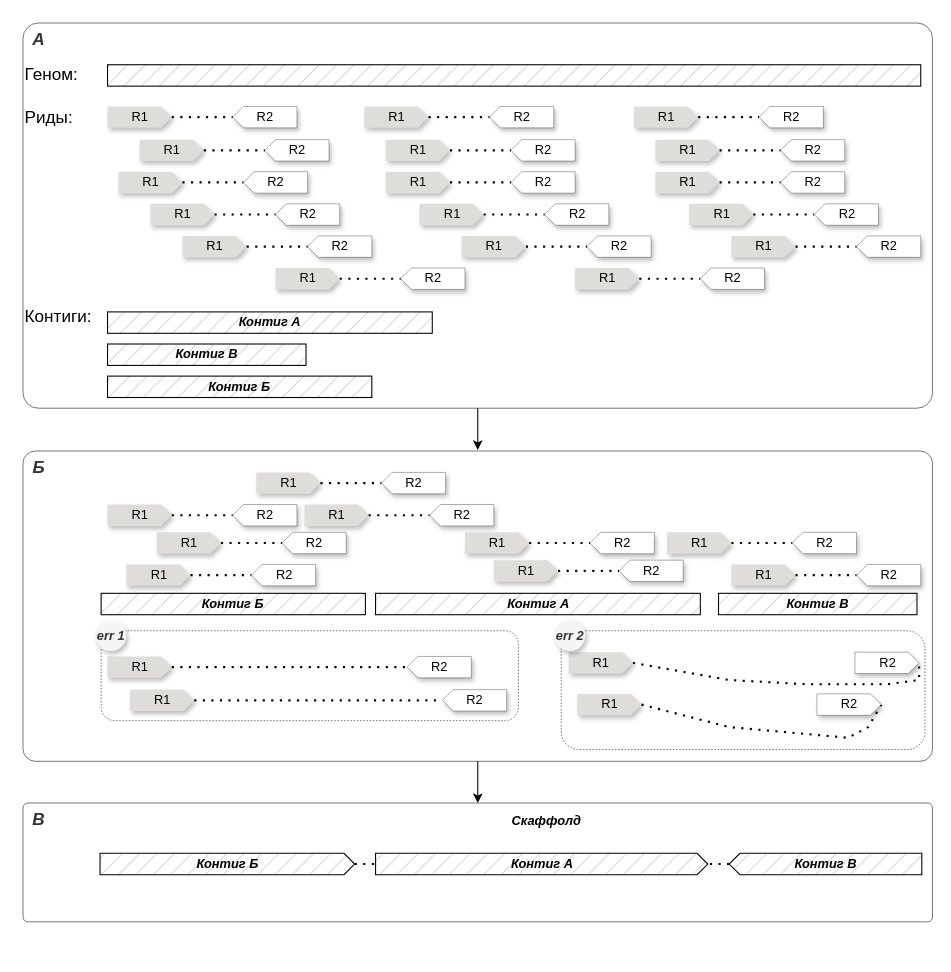
This is scaffolding.drawio from NikolaiL-dev/pictures.drawio, a draw.io file, before an edit. Source tidied: cells renumbered, new cells numbered last; positions are measured from the earlier drawing's top-left corner, leaving out a move shared by most shapes. Both pictures are drawn from the tidied source at 107%, with x=0, y=0 at pixel (22, 22).
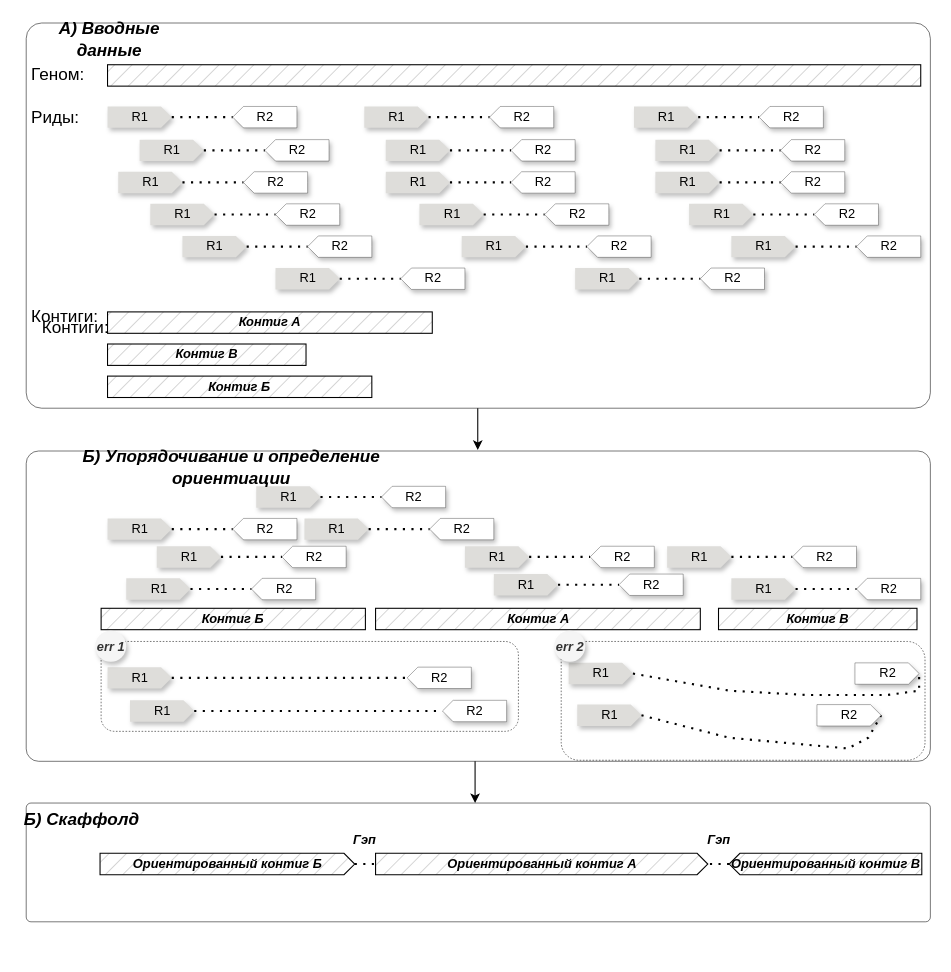
The same page after the edit.

Diff of the diagram source:
```diff
@@
+    <mxCell id="114" style="rounded=1;whiteSpace=wrap;html=1;fillColor=none;strokeWidth=0.5;arcSize=4;" parent="1" vertex="1">
+      <mxGeometry x="3" y="729" width="845" height="111" as="geometry" />
+    </mxCell>
+    <mxCell id="113" style="rounded=1;whiteSpace=wrap;html=1;fillColor=none;strokeWidth=0.5;arcSize=4;" parent="1" vertex="1">
+      <mxGeometry x="3" width="845" height="360" as="geometry" />
+    </mxCell>
     <mxCell id="2" style="rounded=1;whiteSpace=wrap;html=1;fillColor=none;strokeWidth=0.5;arcSize=4;" parent="1" vertex="1">
-      <mxGeometry y="400" width="850" height="290" as="geometry" />
+      <mxGeometry x="3" y="400" width="845" height="290" as="geometry" />
     </mxCell>
     <mxCell id="3" style="rounded=1;whiteSpace=wrap;html=1;fillColor=none;strokeWidth=0.5;dashed=1;" parent="1" vertex="1">
-      <mxGeometry x="503" y="568" width="340" height="111" as="geometry" />
+      <mxGeometry x="503" y="578" width="340" height="111" as="geometry" />
     </mxCell>
@@
     <mxCell id="56" value="&lt;font style=&quot;font-size: 16px;&quot;&gt;Геном:&lt;/font&gt;" style="text;html=1;align=left;verticalAlign=middle;whiteSpace=wrap;rounded=0;" parent="1" vertex="1">
-      <mxGeometry y="33" width="60" height="30" as="geometry" />
+      <mxGeometry x="6" y="33" width="60" height="30" as="geometry" />
     </mxCell>
     <mxCell id="57" value="&lt;font style=&quot;font-size: 16px;&quot;&gt;Риды:&lt;/font&gt;" style="text;html=1;align=left;verticalAlign=middle;whiteSpace=wrap;rounded=0;" parent="1" vertex="1">
-      <mxGeometry y="73" width="60" height="30" as="geometry" />
+      <mxGeometry x="6" y="73" width="60" height="30" as="geometry" />
     </mxCell>
     <mxCell id="58" value="&lt;i&gt;&lt;b&gt;Контиг &lt;/b&gt;&lt;/i&gt;&lt;i&gt;&lt;b&gt;Б&lt;/b&gt;&lt;/i&gt;" style="rounded=0;whiteSpace=wrap;html=1;strokeColor=default;gradientColor=none;gradientDirection=north;fillStyle=hatch;fillColor=#CCCCCC;" parent="1" vertex="1">
-      <mxGeometry x="73" y="533" width="247" height="20" as="geometry" />
+      <mxGeometry x="73" y="547" width="247" height="20" as="geometry" />
     </mxCell>
     <mxCell id="59" value="&lt;i&gt;&lt;b&gt;Контиг&amp;nbsp;В&lt;/b&gt;&lt;/i&gt;" style="rounded=0;whiteSpace=wrap;html=1;strokeColor=default;gradientColor=none;gradientDirection=north;fillStyle=hatch;fillColor=#CCCCCC;" parent="1" vertex="1">
-      <mxGeometry x="650" y="533" width="185.5" height="20" as="geometry" />
+      <mxGeometry x="650" y="547" width="185.5" height="20" as="geometry" />
     </mxCell>
     <mxCell id="60" value="&lt;i&gt;&lt;b&gt;Контиг A&lt;/b&gt;&lt;/i&gt;" style="rounded=0;whiteSpace=wrap;html=1;strokeColor=default;gradientColor=none;gradientDirection=north;fillStyle=hatch;fillColor=#CCCCCC;" parent="1" vertex="1">
-      <mxGeometry x="329.5" y="533" width="303.5" height="20" as="geometry" />
+      <mxGeometry x="329.5" y="547" width="303.5" height="20" as="geometry" />
     </mxCell>
     <mxCell id="61" value="R1" style="html=1;shadow=1;dashed=0;align=center;verticalAlign=middle;shape=mxgraph.arrows2.arrow;dy=0;dx=10;notch=0;fillColor=#deddda;strokeColor=none;" parent="1" vertex="1">
-      <mxGeometry x="263" y="450" width="60" height="20" as="geometry" />
+      <mxGeometry x="263" y="463" width="60" height="20" as="geometry" />
     </mxCell>
@@
     <mxCell id="63" value="R2" style="html=1;shadow=1;dashed=0;align=center;verticalAlign=middle;shape=mxgraph.arrows2.arrow;dy=0;dx=10;notch=0;rotation=0;direction=west;strokeColor=default;strokeWidth=0.3;" parent="1" vertex="1">
-      <mxGeometry x="380" y="450" width="60" height="20" as="geometry" />
+      <mxGeometry x="380" y="463" width="60" height="20" as="geometry" />
     </mxCell>
     <mxCell id="64" value="R1" style="html=1;shadow=1;dashed=0;align=center;verticalAlign=middle;shape=mxgraph.arrows2.arrow;dy=0;dx=10;notch=0;fillColor=#deddda;strokeColor=none;" parent="1" vertex="1">
-      <mxGeometry x="79" y="450" width="60" height="20" as="geometry" />
+      <mxGeometry x="79" y="463" width="60" height="20" as="geometry" />
     </mxCell>
@@
     <mxCell id="66" value="R2" style="html=1;shadow=1;dashed=0;align=center;verticalAlign=middle;shape=mxgraph.arrows2.arrow;dy=0;dx=10;notch=0;rotation=0;direction=west;strokeColor=default;strokeWidth=0.3;" parent="1" vertex="1">
-      <mxGeometry x="196" y="450" width="60" height="20" as="geometry" />
+      <mxGeometry x="196" y="463" width="60" height="20" as="geometry" />
     </mxCell>
     <mxCell id="67" value="R1" style="html=1;shadow=1;dashed=0;align=center;verticalAlign=middle;shape=mxgraph.arrows2.arrow;dy=0;dx=10;notch=0;fillColor=#deddda;strokeColor=none;" parent="1" vertex="1">
-      <mxGeometry x="125" y="476" width="60" height="20" as="geometry" />
+      <mxGeometry x="125" y="489" width="60" height="20" as="geometry" />
     </mxCell>
@@
     <mxCell id="69" value="R2" style="html=1;shadow=1;dashed=0;align=center;verticalAlign=middle;shape=mxgraph.arrows2.arrow;dy=0;dx=10;notch=0;rotation=0;direction=west;strokeColor=default;strokeWidth=0.3;" parent="1" vertex="1">
-      <mxGeometry x="242" y="476" width="60" height="20" as="geometry" />
+      <mxGeometry x="242" y="489" width="60" height="20" as="geometry" />
     </mxCell>
     <mxCell id="70" value="R1" style="html=1;shadow=1;dashed=0;align=center;verticalAlign=middle;shape=mxgraph.arrows2.arrow;dy=0;dx=10;notch=0;fillColor=#deddda;strokeColor=none;" parent="1" vertex="1">
-      <mxGeometry x="96.5" y="506" width="60" height="20" as="geometry" />
+      <mxGeometry x="96.5" y="519" width="60" height="20" as="geometry" />
     </mxCell>
@@
     <mxCell id="72" value="R2" style="html=1;shadow=1;dashed=0;align=center;verticalAlign=middle;shape=mxgraph.arrows2.arrow;dy=0;dx=10;notch=0;rotation=0;direction=west;strokeColor=default;strokeWidth=0.3;" parent="1" vertex="1">
-      <mxGeometry x="213.5" y="506" width="60" height="20" as="geometry" />
+      <mxGeometry x="213.5" y="519" width="60" height="20" as="geometry" />
     </mxCell>
     <mxCell id="73" value="R1" style="html=1;shadow=1;dashed=0;align=center;verticalAlign=middle;shape=mxgraph.arrows2.arrow;dy=0;dx=10;notch=0;fillColor=#deddda;strokeColor=none;" parent="1" vertex="1">
-      <mxGeometry x="79" y="592" width="60" height="20" as="geometry" />
+      <mxGeometry x="79" y="602" width="60" height="20" as="geometry" />
     </mxCell>
@@
     <mxCell id="75" value="R2" style="html=1;shadow=1;dashed=0;align=center;verticalAlign=middle;shape=mxgraph.arrows2.arrow;dy=0;dx=10;notch=0;rotation=0;direction=west;strokeColor=default;strokeWidth=0.3;" parent="1" vertex="1">
-      <mxGeometry x="359" y="592" width="60" height="20" as="geometry" />
+      <mxGeometry x="359" y="602" width="60" height="20" as="geometry" />
     </mxCell>
     <mxCell id="76" value="R1" style="html=1;shadow=1;dashed=0;align=center;verticalAlign=middle;shape=mxgraph.arrows2.arrow;dy=0;dx=10;notch=0;fillColor=#deddda;strokeColor=none;" parent="1" vertex="1">
-      <mxGeometry x="510" y="588" width="60" height="20" as="geometry" />
+      <mxGeometry x="510" y="598" width="60" height="20" as="geometry" />
     </mxCell>
     <mxCell id="77" style="endArrow=none;dashed=1;html=1;dashPattern=1 3;strokeWidth=2;rounded=0;exitX=1;exitY=0.5;exitDx=0;exitDy=0;exitPerimeter=0;entryX=1;entryY=0.5;entryDx=0;entryDy=0;entryPerimeter=0;" parent="1" edge="1" source="76" target="78">
       <mxGeometry relative="1" as="geometry">
         <Array as="points">
-          <mxPoint x="660" y="614" />
-          <mxPoint x="732" y="618" />
-          <mxPoint x="808" y="618" />
-          <mxPoint x="837.5" y="614" />
+          <mxPoint x="660" y="624" />
+          <mxPoint x="732" y="628" />
+          <mxPoint x="808" y="628" />
+          <mxPoint x="837.5" y="624" />
         </Array>
       </mxGeometry>
     </mxCell>
     <mxCell id="78" value="R2" style="html=1;shadow=1;dashed=0;align=center;verticalAlign=middle;shape=mxgraph.arrows2.arrow;dy=0;dx=10;notch=0;rotation=0;direction=east;strokeColor=default;strokeWidth=0.3;" parent="1" vertex="1">
-      <mxGeometry x="777.5" y="588" width="60" height="20" as="geometry" />
+      <mxGeometry x="777.5" y="598" width="60" height="20" as="geometry" />
     </mxCell>
     <mxCell id="79" value="R1" style="html=1;shadow=1;dashed=0;align=center;verticalAlign=middle;shape=mxgraph.arrows2.arrow;dy=0;dx=10;notch=0;fillColor=#deddda;strokeColor=none;" parent="1" vertex="1">
-      <mxGeometry x="218" y="420" width="60" height="20" as="geometry" />
+      <mxGeometry x="218" y="433" width="60" height="20" as="geometry" />
     </mxCell>
@@
     <mxCell id="81" value="R2" style="html=1;shadow=1;dashed=0;align=center;verticalAlign=middle;shape=mxgraph.arrows2.arrow;dy=0;dx=10;notch=0;rotation=0;direction=west;strokeColor=default;strokeWidth=0.3;" parent="1" vertex="1">
-      <mxGeometry x="335" y="420" width="60" height="20" as="geometry" />
+      <mxGeometry x="335" y="433" width="60" height="20" as="geometry" />
     </mxCell>
     <mxCell id="82" value="R1" style="html=1;shadow=1;dashed=0;align=center;verticalAlign=middle;shape=mxgraph.arrows2.arrow;dy=0;dx=10;notch=0;fillColor=#deddda;strokeColor=none;" parent="1" vertex="1">
-      <mxGeometry x="518" y="627" width="60" height="20" as="geometry" />
+      <mxGeometry x="518" y="637" width="60" height="20" as="geometry" />
     </mxCell>
     <mxCell id="83" style="endArrow=none;dashed=1;html=1;dashPattern=1 3;strokeWidth=2;rounded=0;exitX=1;exitY=0.5;exitDx=0;exitDy=0;exitPerimeter=0;entryX=1;entryY=0.5;entryDx=0;entryDy=0;entryPerimeter=0;" parent="1" edge="1" source="82" target="84">
       <mxGeometry relative="1" as="geometry">
         <Array as="points">
-          <mxPoint x="660" y="658" />
-          <mxPoint x="771" y="668" />
-          <mxPoint x="790" y="658" />
+          <mxPoint x="660" y="668" />
+          <mxPoint x="771" y="678" />
+          <mxPoint x="790" y="668" />
         </Array>
       </mxGeometry>
     </mxCell>
     <mxCell id="84" value="R2" style="html=1;shadow=1;dashed=0;align=center;verticalAlign=middle;shape=mxgraph.arrows2.arrow;dy=0;dx=10;notch=0;rotation=0;direction=east;strokeColor=default;strokeWidth=0.3;" parent="1" vertex="1">
-      <mxGeometry x="742" y="627" width="60" height="20" as="geometry" />
+      <mxGeometry x="742" y="637" width="60" height="20" as="geometry" />
     </mxCell>
     <mxCell id="85" value="R1" style="html=1;shadow=1;dashed=0;align=center;verticalAlign=middle;shape=mxgraph.arrows2.arrow;dy=0;dx=10;notch=0;fillColor=#deddda;strokeColor=none;" parent="1" vertex="1">
-      <mxGeometry x="413" y="476" width="60" height="20" as="geometry" />
+      <mxGeometry x="413" y="489" width="60" height="20" as="geometry" />
     </mxCell>
@@
     <mxCell id="87" value="R2" style="html=1;shadow=1;dashed=0;align=center;verticalAlign=middle;shape=mxgraph.arrows2.arrow;dy=0;dx=10;notch=0;rotation=0;direction=west;strokeColor=default;strokeWidth=0.3;" parent="1" vertex="1">
-      <mxGeometry x="530" y="476" width="60" height="20" as="geometry" />
+      <mxGeometry x="530" y="489" width="60" height="20" as="geometry" />
     </mxCell>
     <mxCell id="88" value="R1" style="html=1;shadow=1;dashed=0;align=center;verticalAlign=middle;shape=mxgraph.arrows2.arrow;dy=0;dx=10;notch=0;fillColor=#deddda;strokeColor=none;" parent="1" vertex="1">
-      <mxGeometry x="440" y="502" width="60" height="20" as="geometry" />
+      <mxGeometry x="440" y="515" width="60" height="20" as="geometry" />
     </mxCell>
@@
     <mxCell id="90" value="R2" style="html=1;shadow=1;dashed=0;align=center;verticalAlign=middle;shape=mxgraph.arrows2.arrow;dy=0;dx=10;notch=0;rotation=0;direction=west;strokeColor=default;strokeWidth=0.3;" parent="1" vertex="1">
-      <mxGeometry x="557" y="502" width="60" height="20" as="geometry" />
+      <mxGeometry x="557" y="515" width="60" height="20" as="geometry" />
     </mxCell>
     <mxCell id="91" value="R1" style="html=1;shadow=1;dashed=0;align=center;verticalAlign=middle;shape=mxgraph.arrows2.arrow;dy=0;dx=10;notch=0;fillColor=#deddda;strokeColor=none;" parent="1" vertex="1">
-      <mxGeometry x="100" y="623" width="60" height="20" as="geometry" />
+      <mxGeometry x="100" y="633" width="60" height="20" as="geometry" />
     </mxCell>
@@
     <mxCell id="93" value="R2" style="html=1;shadow=1;dashed=0;align=center;verticalAlign=middle;shape=mxgraph.arrows2.arrow;dy=0;dx=10;notch=0;rotation=0;direction=west;strokeColor=default;strokeWidth=0.3;" parent="1" vertex="1">
-      <mxGeometry x="392" y="623" width="60" height="20" as="geometry" />
+      <mxGeometry x="392" y="633" width="60" height="20" as="geometry" />
     </mxCell>
     <mxCell id="94" value="R1" style="html=1;shadow=1;dashed=0;align=center;verticalAlign=middle;shape=mxgraph.arrows2.arrow;dy=0;dx=10;notch=0;fillColor=#deddda;strokeColor=none;" parent="1" vertex="1">
-      <mxGeometry x="662" y="506" width="60" height="20" as="geometry" />
+      <mxGeometry x="662" y="519" width="60" height="20" as="geometry" />
     </mxCell>
@@
     <mxCell id="96" value="R2" style="html=1;shadow=1;dashed=0;align=center;verticalAlign=middle;shape=mxgraph.arrows2.arrow;dy=0;dx=10;notch=0;rotation=0;direction=west;strokeColor=default;strokeWidth=0.3;" parent="1" vertex="1">
-      <mxGeometry x="779" y="506" width="60" height="20" as="geometry" />
+      <mxGeometry x="779" y="519" width="60" height="20" as="geometry" />
     </mxCell>
     <mxCell id="97" value="R1" style="html=1;shadow=1;dashed=0;align=center;verticalAlign=middle;shape=mxgraph.arrows2.arrow;dy=0;dx=10;notch=0;fillColor=#deddda;strokeColor=none;" parent="1" vertex="1">
-      <mxGeometry x="602" y="476" width="60" height="20" as="geometry" />
+      <mxGeometry x="602" y="489" width="60" height="20" as="geometry" />
     </mxCell>
@@
     <mxCell id="99" value="R2" style="html=1;shadow=1;dashed=0;align=center;verticalAlign=middle;shape=mxgraph.arrows2.arrow;dy=0;dx=10;notch=0;rotation=0;direction=west;strokeColor=default;strokeWidth=0.3;" parent="1" vertex="1">
-      <mxGeometry x="719" y="476" width="60" height="20" as="geometry" />
+      <mxGeometry x="719" y="489" width="60" height="20" as="geometry" />
     </mxCell>
-    <mxCell id="100" value="&lt;i&gt;&lt;b&gt;Контиг &lt;/b&gt;&lt;/i&gt;&lt;i&gt;&lt;b&gt;Б&lt;/b&gt;&lt;/i&gt;" style="html=1;shadow=0;dashed=0;align=center;verticalAlign=middle;shape=mxgraph.arrows2.arrow;dy=0;dx=10;notch=0;fillColor=#CCCCCC;strokeColor=default;fillStyle=hatch;gradientColor=none;" parent="1" vertex="1">
+    <mxCell id="100" value="&lt;i&gt;&lt;b&gt;Ориентированный контиг &lt;/b&gt;&lt;/i&gt;&lt;i&gt;&lt;b&gt;Б&lt;/b&gt;&lt;/i&gt;" style="html=1;shadow=0;dashed=0;align=center;verticalAlign=middle;shape=mxgraph.arrows2.arrow;dy=0;dx=10;notch=0;fillColor=#CCCCCC;strokeColor=default;fillStyle=hatch;gradientColor=none;" parent="1" vertex="1">
       <mxGeometry x="72" y="776" width="238" height="20" as="geometry" />
     </mxCell>
@@
     <mxCell id="104" value="&lt;font style=&quot;font-size: 16px;&quot;&gt;Контиги:&lt;/font&gt;" style="text;html=1;align=left;verticalAlign=middle;whiteSpace=wrap;rounded=0;" parent="1" vertex="1">
-      <mxGeometry y="259" width="70" height="30" as="geometry" />
+      <mxGeometry x="6" y="259" width="70" height="30" as="geometry" />
     </mxCell>
     <mxCell id="105" style="rounded=1;whiteSpace=wrap;html=1;fillColor=none;strokeWidth=0.5;dashed=1;" parent="1" vertex="1">
-      <mxGeometry x="73" y="568" width="390" height="84" as="geometry" />
+      <mxGeometry x="73" y="578" width="390" height="84" as="geometry" />
     </mxCell>
     <mxCell id="106" value="&lt;i&gt;&lt;b&gt;err 1&lt;br&gt;&lt;/b&gt;&lt;/i&gt;" style="ellipse;whiteSpace=wrap;html=1;strokeColor=none;fillColor=#f5f5f5;fontColor=#333333;shadow=1;" parent="1" vertex="1">
-      <mxGeometry x="67.5" y="558" width="29" height="29" as="geometry" />
+      <mxGeometry x="67.5" y="568" width="29" height="29" as="geometry" />
     </mxCell>
     <mxCell id="107" value="&lt;i&gt;&lt;b&gt;err 2&lt;/b&gt;&lt;/i&gt;" style="ellipse;whiteSpace=wrap;html=1;strokeColor=none;fillColor=#f5f5f5;fontColor=#333333;shadow=1;" parent="1" vertex="1">
-      <mxGeometry x="496.5" y="558" width="29" height="29" as="geometry" />
+      <mxGeometry x="496.5" y="568" width="29" height="29" as="geometry" />
     </mxCell>
-    <mxCell id="108" value="&lt;b&gt;&lt;i&gt;Скаффолд&lt;/i&gt;&lt;/b&gt;" style="text;html=1;align=left;verticalAlign=middle;whiteSpace=wrap;rounded=0;" parent="1" vertex="1">
-      <mxGeometry x="454.8" y="731" width="60" height="30" as="geometry" />
-    </mxCell>
-    <mxCell id="109" value="&lt;i&gt;&lt;b&gt;Контиг &lt;/b&gt;&lt;/i&gt;&lt;i&gt;&lt;b&gt;A&lt;/b&gt;&lt;/i&gt;" style="html=1;shadow=0;dashed=0;align=center;verticalAlign=middle;shape=mxgraph.arrows2.arrow;dy=0;dx=10;notch=0;fillColor=#CCCCCC;strokeColor=default;fillStyle=hatch;gradientColor=none;" parent="1" vertex="1">
+    <mxCell id="109" value="&lt;i&gt;&lt;b&gt;Ориентированный контиг&amp;nbsp;А&lt;/b&gt;&lt;/i&gt;" style="html=1;shadow=0;dashed=0;align=center;verticalAlign=middle;shape=mxgraph.arrows2.arrow;dy=0;dx=10;notch=0;fillColor=#CCCCCC;strokeColor=default;fillStyle=hatch;gradientColor=none;" parent="1" vertex="1">
       <mxGeometry x="329.5" y="776" width="310.5" height="20" as="geometry" />
     </mxCell>
-    <mxCell id="110" value="&lt;i&gt;&lt;b&gt;Контиг &lt;/b&gt;&lt;/i&gt;&lt;i&gt;&lt;b&gt;В&lt;/b&gt;&lt;/i&gt;" style="html=1;shadow=0;dashed=0;align=center;verticalAlign=middle;shape=mxgraph.arrows2.arrow;dy=0;dx=10;notch=0;fillColor=#CCCCCC;strokeColor=default;fillStyle=hatch;gradientColor=none;direction=west;" parent="1" vertex="1">
+    <mxCell id="110" value="&lt;i&gt;&lt;b&gt;Ориентированный контиг&amp;nbsp;В&lt;/b&gt;&lt;/i&gt;" style="html=1;shadow=0;dashed=0;align=center;verticalAlign=middle;shape=mxgraph.arrows2.arrow;dy=0;dx=10;notch=0;fillColor=#CCCCCC;strokeColor=default;fillStyle=hatch;gradientColor=none;direction=west;" parent="1" vertex="1">
       <mxGeometry x="660" y="776" width="180" height="20" as="geometry" />
     </mxCell>
@@
-    <mxCell id="113" style="rounded=1;whiteSpace=wrap;html=1;fillColor=none;strokeWidth=0.5;arcSize=4;" parent="1" vertex="1">
-      <mxGeometry width="850" height="360" as="geometry" />
-    </mxCell>
-    <mxCell id="114" style="rounded=1;whiteSpace=wrap;html=1;fillColor=none;strokeWidth=0.5;arcSize=4;" parent="1" vertex="1">
-      <mxGeometry y="729" width="850" height="111" as="geometry" />
-    </mxCell>
-    <mxCell id="115" style="endArrow=classic;html=1;rounded=0;entryX=0.5;entryY=0;entryDx=0;entryDy=0;exitX=0.5;exitY=1;exitDx=0;exitDy=0;" parent="1" edge="1" source="2" target="114">
-      <mxGeometry relative="1" as="geometry" />
+    <mxCell id="115" style="endArrow=classic;html=1;rounded=0;entryX=0.5;entryY=0;entryDx=0;entryDy=0;exitX=0.5;exitY=1;exitDx=0;exitDy=0;" parent="1" edge="1">
+      <mxGeometry relative="1" as="geometry">
+        <mxPoint x="422.5" y="690" as="sourcePoint" />
+        <mxPoint x="422.5" y="729" as="targetPoint" />
+      </mxGeometry>
     </mxCell>
@@
-    <mxCell id="117" value="&lt;font size=&quot;1&quot;&gt;&lt;i&gt;&lt;b style=&quot;font-size: 16px;&quot;&gt;А&lt;/b&gt;&lt;/i&gt;&lt;/font&gt;" style="ellipse;whiteSpace=wrap;html=1;strokeColor=none;fillColor=none;fontColor=#333333;shadow=1;gradientColor=none;" parent="1" vertex="1">
-      <mxGeometry width="30" height="30" as="geometry" />
-    </mxCell>
-    <mxCell id="118" value="&lt;font size=&quot;1&quot;&gt;&lt;i&gt;&lt;b style=&quot;font-size: 16px;&quot;&gt;Б&lt;/b&gt;&lt;/i&gt;&lt;/font&gt;" style="ellipse;whiteSpace=wrap;html=1;strokeColor=none;fillColor=none;fontColor=#333333;shadow=1;gradientColor=none;" parent="1" vertex="1">
-      <mxGeometry y="400" width="30" height="30" as="geometry" />
-    </mxCell>
-    <mxCell id="119" value="&lt;font size=&quot;1&quot;&gt;&lt;i&gt;&lt;b style=&quot;font-size: 16px;&quot;&gt;В&lt;/b&gt;&lt;/i&gt;&lt;/font&gt;" style="ellipse;whiteSpace=wrap;html=1;strokeColor=none;fillColor=none;fontColor=#333333;shadow=1;gradientColor=none;" parent="1" vertex="1">
-      <mxGeometry y="729" width="30" height="30" as="geometry" />
-    </mxCell>
+    <mxCell id="120" value="&lt;font style=&quot;font-size: 16px;&quot;&gt;Контиги:&lt;/font&gt;" style="text;html=1;align=left;verticalAlign=middle;whiteSpace=wrap;rounded=0;" parent="1" vertex="1">
+      <mxGeometry x="16" y="269" width="70" height="30" as="geometry" />
+    </mxCell>
+    <mxCell id="121" value="&lt;font size=&quot;1&quot;&gt;&lt;i&gt;&lt;b style=&quot;font-size: 16px;&quot;&gt;А) Вводные данные&lt;br&gt;&lt;/b&gt;&lt;/i&gt;&lt;/font&gt;" style="text;html=1;align=center;verticalAlign=middle;whiteSpace=wrap;rounded=0;" parent="1" vertex="1">
+      <mxGeometry x="2" width="158" height="30" as="geometry" />
+    </mxCell>
+    <mxCell id="122" value="&lt;font size=&quot;1&quot;&gt;&lt;i&gt;&lt;b style=&quot;font-size: 16px;&quot;&gt;Б) Упорядочивание и определение ориентиации&lt;br&gt;&lt;/b&gt;&lt;/i&gt;&lt;/font&gt;" style="text;html=1;align=center;verticalAlign=middle;whiteSpace=wrap;rounded=0;" parent="1" vertex="1">
+      <mxGeometry y="400" width="390" height="30" as="geometry" />
+    </mxCell>
+    <mxCell id="123" value="&lt;div align=&quot;left&quot;&gt;&lt;font size=&quot;1&quot;&gt;&lt;i&gt;&lt;b style=&quot;font-size: 16px;&quot;&gt;Б) Скаффолд&lt;/b&gt;&lt;/i&gt;&lt;/font&gt;&lt;br&gt;&lt;/div&gt;" style="text;html=1;align=center;verticalAlign=middle;whiteSpace=wrap;rounded=0;" parent="1" vertex="1">
+      <mxGeometry y="729" width="110" height="30" as="geometry" />
+    </mxCell>
+    <mxCell id="124" value="&lt;i&gt;&lt;b&gt;Гэп&lt;/b&gt;&lt;/i&gt;" style="text;whiteSpace=wrap;html=1;" parent="1" vertex="1">
+      <mxGeometry x="307" y="750" width="30" height="30" as="geometry" />
+    </mxCell>
+    <mxCell id="125" value="&lt;i&gt;&lt;b&gt;Гэп&lt;/b&gt;&lt;/i&gt;" style="text;whiteSpace=wrap;html=1;" parent="1" vertex="1">
+      <mxGeometry x="637.5" y="750" width="30" height="30" as="geometry" />
+    </mxCell>
+    <mxCell id="126" style="ellipse;whiteSpace=wrap;html=1;fillColor=none;strokeColor=none;" parent="1" vertex="1">
+      <mxGeometry x="818" y="840" width="30" height="30" as="geometry" />
+    </mxCell>
```
